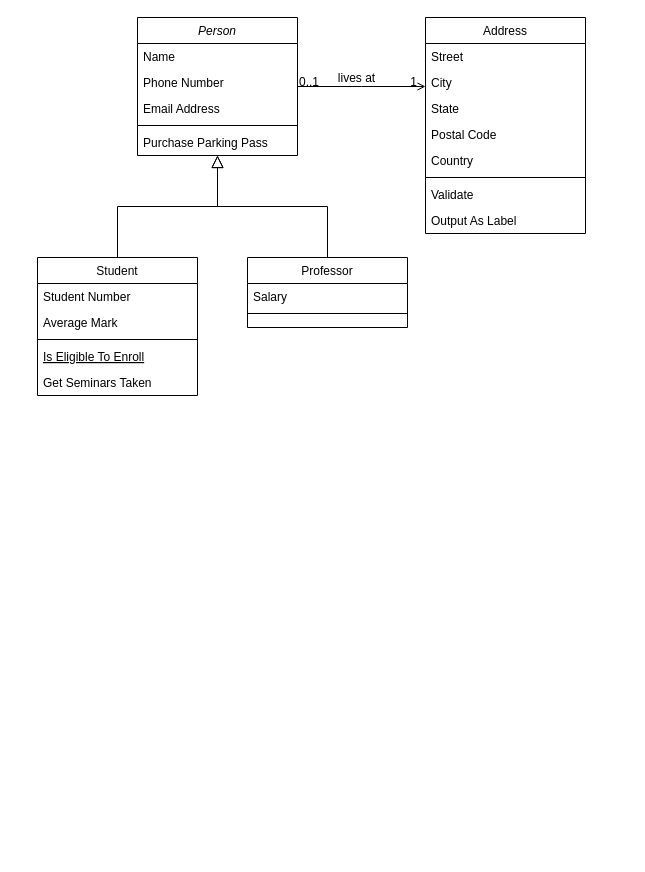
This is Untitled Diagram.drawio from prokopenkoroman88/web, a draw.io file, before an edit. Source tidied: cells renumbered, new cells numbered last; positions are measured from the earlier drawing's top-left corner, leaving out a move shared by most shapes. Both pictures are drawn from the tidied source at 100%, with x=0, y=0 at pixel (37, 17).
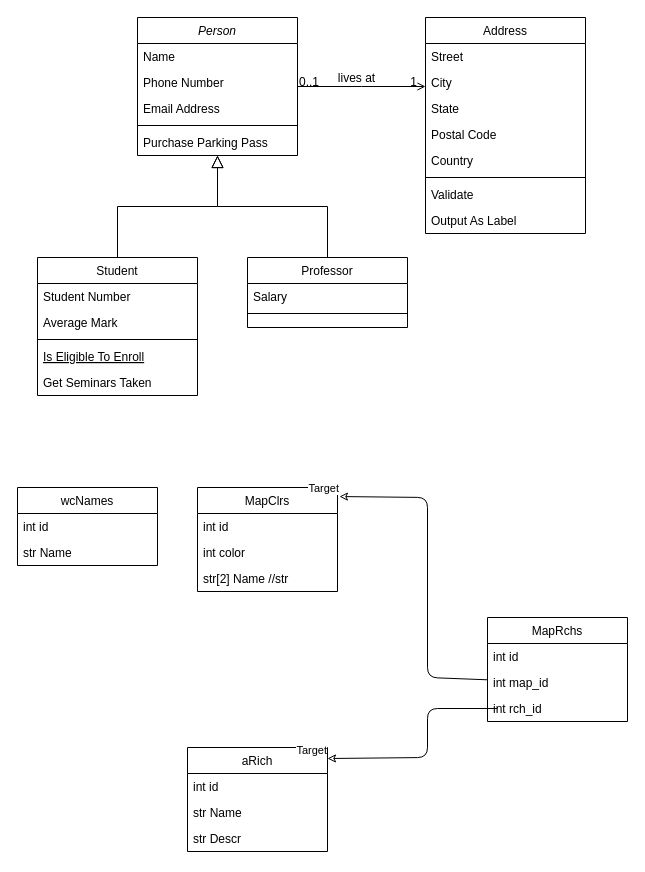
After the change.

Commit message:
+wcNames +MapClrs +aRich +MapRch

Diff of the diagram source:
```diff
@@
+    <mxCell id="32" value="wcNames" style="swimlane;fontStyle=0;horizontal=1;startSize=26;" parent="1" vertex="1">
+      <mxGeometry x="-20" y="470" width="140" height="78" as="geometry" />
+    </mxCell>
+    <mxCell id="33" value="int id" style="text;strokeColor=none;fillColor=none;align=left;verticalAlign=top;spacingLeft=4;spacingRight=4;overflow=hidden;" parent="32" vertex="1">
+      <mxGeometry y="26" width="140" height="26" as="geometry" />
+    </mxCell>
+    <mxCell id="34" value="str Name" style="text;strokeColor=none;fillColor=none;align=left;verticalAlign=top;spacingLeft=4;spacingRight=4;overflow=hidden;" parent="32" vertex="1">
+      <mxGeometry y="52" width="140" height="26" as="geometry" />
+    </mxCell>
+    <mxCell id="35" value="MapClrs" style="swimlane;fontStyle=0;horizontal=1;startSize=26;" parent="1" vertex="1">
+      <mxGeometry x="160" y="470" width="140" height="104" as="geometry" />
+    </mxCell>
+    <mxCell id="36" value="int id" style="text;strokeColor=none;fillColor=none;align=left;verticalAlign=top;spacingLeft=4;spacingRight=4;overflow=hidden;" parent="35" vertex="1">
+      <mxGeometry y="26" width="140" height="26" as="geometry" />
+    </mxCell>
+    <mxCell id="37" value="int color" style="text;strokeColor=none;fillColor=none;align=left;verticalAlign=top;spacingLeft=4;spacingRight=4;overflow=hidden;" parent="35" vertex="1">
+      <mxGeometry y="52" width="140" height="26" as="geometry" />
+    </mxCell>
+    <mxCell id="38" value="str[2] Name //str" style="text;strokeColor=none;fillColor=none;align=left;verticalAlign=top;spacingLeft=4;spacingRight=4;overflow=hidden;" parent="35" vertex="1">
+      <mxGeometry y="78" width="140" height="26" as="geometry" />
+    </mxCell>
+    <mxCell id="39" value="MapRchs" style="swimlane;fontStyle=0;horizontal=1;startSize=26;" parent="1" vertex="1">
+      <mxGeometry x="450" y="600" width="140" height="104" as="geometry" />
+    </mxCell>
+    <mxCell id="40" value="int id" style="text;strokeColor=none;fillColor=none;align=left;verticalAlign=top;spacingLeft=4;spacingRight=4;overflow=hidden;" parent="39" vertex="1">
+      <mxGeometry y="26" width="140" height="26" as="geometry" />
+    </mxCell>
+    <mxCell id="41" value="int map_id" style="text;strokeColor=none;fillColor=none;align=left;verticalAlign=top;spacingLeft=4;spacingRight=4;overflow=hidden;points=[[0,0.5],[1,0.5]];portConstraint=eastwest;" parent="39" vertex="1">
+      <mxGeometry y="52" width="140" height="26" as="geometry" />
+    </mxCell>
+    <mxCell id="42" value="int rch_id" style="text;strokeColor=none;fillColor=none;align=left;verticalAlign=top;spacingLeft=4;spacingRight=4;overflow=hidden;points=[[0,0.5],[1,0.5]];portConstraint=eastwest;" parent="39" vertex="1">
+      <mxGeometry y="78" width="140" height="26" as="geometry" />
+    </mxCell>
+    <mxCell id="43" value="aRich" style="swimlane;fontStyle=0;horizontal=1;startSize=26;" parent="1" vertex="1">
+      <mxGeometry x="150" y="730" width="140" height="104" as="geometry" />
+    </mxCell>
+    <mxCell id="44" value="int id" style="text;strokeColor=none;fillColor=none;align=left;verticalAlign=top;spacingLeft=4;spacingRight=4;overflow=hidden;" parent="43" vertex="1">
+      <mxGeometry y="26" width="140" height="26" as="geometry" />
+    </mxCell>
+    <mxCell id="45" value="str Name" style="text;strokeColor=none;fillColor=none;align=left;verticalAlign=top;spacingLeft=4;spacingRight=4;overflow=hidden;" parent="43" vertex="1">
+      <mxGeometry y="52" width="140" height="26" as="geometry" />
+    </mxCell>
+    <mxCell id="46" value="str Descr" style="text;strokeColor=none;fillColor=none;align=left;verticalAlign=top;spacingLeft=4;spacingRight=4;overflow=hidden;" parent="43" vertex="1">
+      <mxGeometry y="78" width="140" height="26" as="geometry" />
+    </mxCell>
+    <mxCell id="47" style="endArrow=classic;html=1;endFill=0;entryX=1.014;entryY=0.087;entryDx=0;entryDy=0;entryPerimeter=0;" parent="1" edge="1" source="41" target="35">
+      <mxGeometry relative="1" as="geometry">
+        <Array as="points">
+          <mxPoint x="390" y="660" />
+          <mxPoint x="390" y="480" />
+        </Array>
+      </mxGeometry>
+    </mxCell>
+    <mxCell id="48" value="Target" style="edgeLabel;html=1;align=right;verticalAlign=bottom;" parent="47" vertex="1">
+      <mxGeometry x="1" relative="1" as="geometry" />
+    </mxCell>
+    <mxCell id="49" style="endArrow=classic;html=1;endFill=0;entryX=1;entryY=0.106;entryDx=0;entryDy=0;entryPerimeter=0;exitX=0.071;exitY=0.501;exitDx=0;exitDy=0;exitPerimeter=0;" parent="1" edge="1" source="42" target="43">
+      <mxGeometry relative="1" as="geometry">
+        <Array as="points">
+          <mxPoint x="390" y="691" />
+          <mxPoint x="390" y="740" />
+        </Array>
+      </mxGeometry>
+    </mxCell>
+    <mxCell id="50" value="Target" style="edgeLabel;html=1;align=right;verticalAlign=bottom;" parent="49" vertex="1">
+      <mxGeometry x="1" relative="1" as="geometry" />
+    </mxCell>
```
